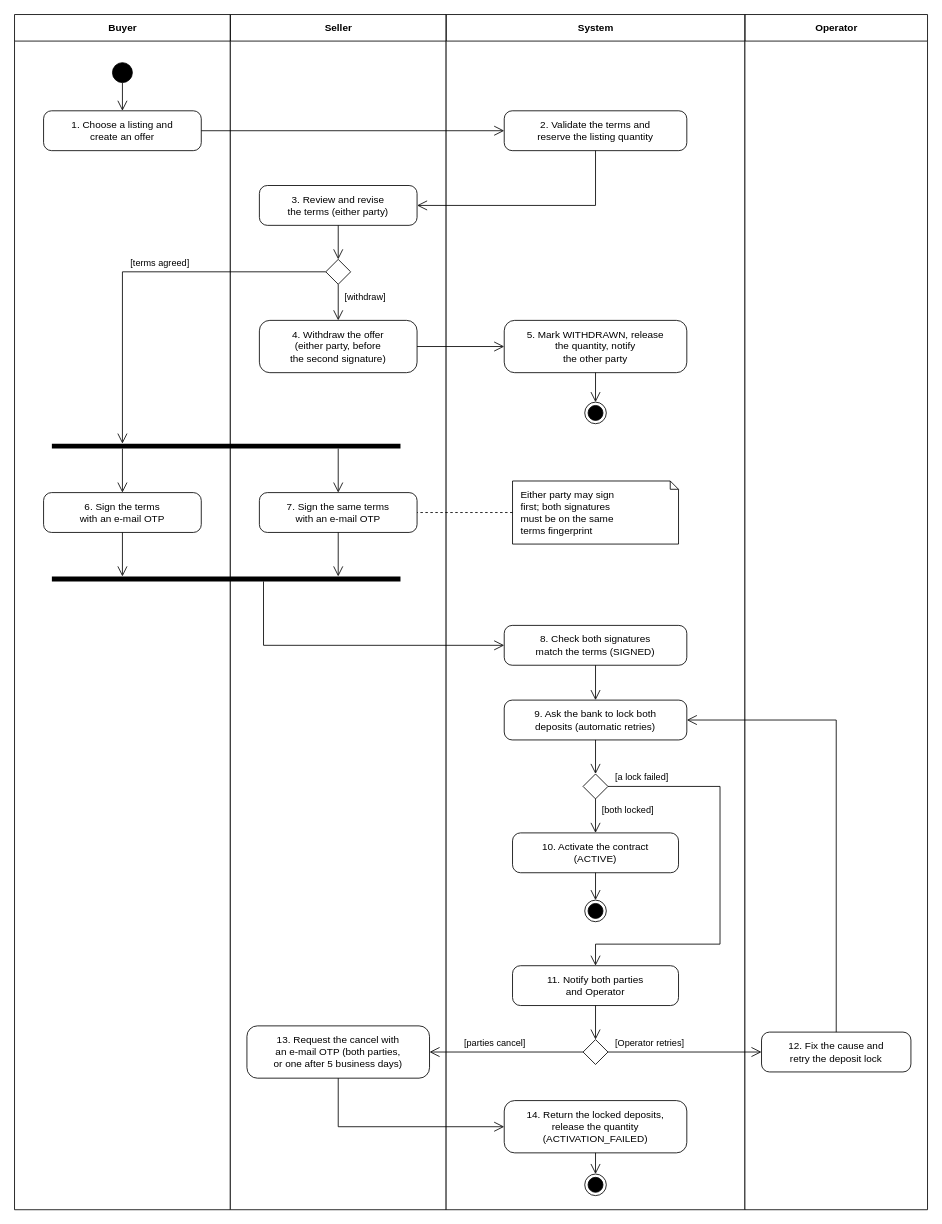
RedAvocado22/AgriContract keeps this draw.io diagram as docs/reports/figures/srs/bf03.drawio. Above is the earlier version. Source tidied: cells renumbered, new cells numbered last; positions are measured from the earlier drawing's top-left corner, leaving out a move shared by most shapes. Both pictures are drawn from the tidied source at 83%, with x=0, y=0 at pixel (14, 14).
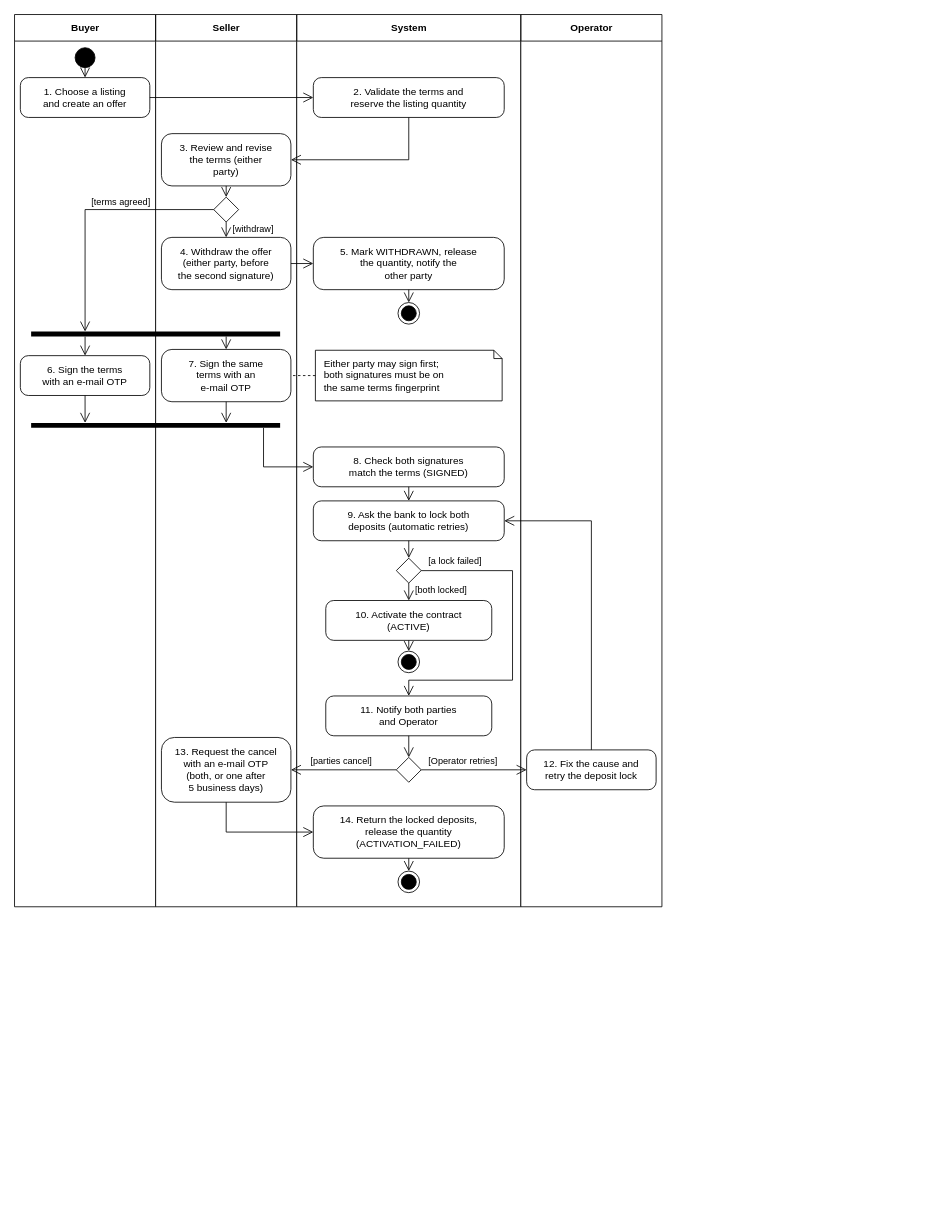
Above is the later version.

What changed in the source:
```diff
@@
     <mxCell id="2" value="Buyer" style="swimlane;horizontal=1;startSize=32;fontStyle=1;fontFamily=Arial;fontSize=12;fillColor=none;strokeColor=#000000;swimlaneFillColor=#FFFFFF;html=1;" parent="1" vertex="1">
-      <mxGeometry width="260" height="1440" as="geometry" />
+      <mxGeometry width="170" height="1075" as="geometry" />
     </mxCell>
     <mxCell id="3" value="Seller" style="swimlane;horizontal=1;startSize=32;fontStyle=1;fontFamily=Arial;fontSize=12;fillColor=none;strokeColor=#000000;swimlaneFillColor=#FFFFFF;html=1;" parent="1" vertex="1">
-      <mxGeometry x="260" width="260" height="1440" as="geometry" />
+      <mxGeometry x="170" width="170" height="1075" as="geometry" />
     </mxCell>
     <mxCell id="4" value="System" style="swimlane;horizontal=1;startSize=32;fontStyle=1;fontFamily=Arial;fontSize=12;fillColor=none;strokeColor=#000000;swimlaneFillColor=#FFFFFF;html=1;" parent="1" vertex="1">
-      <mxGeometry x="520" width="360" height="1440" as="geometry" />
+      <mxGeometry x="340" width="270" height="1075" as="geometry" />
     </mxCell>
     <mxCell id="5" value="Operator" style="swimlane;horizontal=1;startSize=32;fontStyle=1;fontFamily=Arial;fontSize=12;fillColor=none;strokeColor=#000000;swimlaneFillColor=#FFFFFF;html=1;" parent="1" vertex="1">
-      <mxGeometry x="880" width="220" height="1440" as="geometry" />
+      <mxGeometry x="610" width="170" height="1075" as="geometry" />
     </mxCell>
     <mxCell id="6" style="ellipse;fillColor=#000000;strokeColor=#000000;html=1;" parent="1" vertex="1">
-      <mxGeometry x="118" y="58" width="24" height="24" as="geometry" />
+      <mxGeometry x="73" y="40" width="24" height="24" as="geometry" />
     </mxCell>
-    <mxCell id="7" value="1. Choose a listing and&lt;br&gt;create an offer" style="rounded=1;arcSize=20;fontFamily=Arial;fontSize=12;strokeColor=#000000;fillColor=#FFFFFF;html=1;whiteSpace=wrap;" parent="1" vertex="1">
-      <mxGeometry x="35" y="116" width="190" height="48" as="geometry" />
+    <mxCell id="7" value="1. Choose a listing&lt;br&gt;and create an offer" style="rounded=1;arcSize=20;fontFamily=Arial;fontSize=12;strokeColor=#000000;fillColor=#FFFFFF;html=1;whiteSpace=wrap;" parent="1" vertex="1">
+      <mxGeometry x="7" y="76" width="156" height="48" as="geometry" />
     </mxCell>
     <mxCell id="8" value="2. Validate the terms and&lt;br&gt;reserve the listing quantity" style="rounded=1;arcSize=20;fontFamily=Arial;fontSize=12;strokeColor=#000000;fillColor=#FFFFFF;html=1;whiteSpace=wrap;" parent="1" vertex="1">
-      <mxGeometry x="590" y="116" width="220" height="48" as="geometry" />
+      <mxGeometry x="360" y="76" width="230" height="48" as="geometry" />
     </mxCell>
-    <mxCell id="9" value="3. Review and revise&lt;br&gt;the terms (either party)" style="rounded=1;arcSize=20;fontFamily=Arial;fontSize=12;strokeColor=#000000;fillColor=#FFFFFF;html=1;whiteSpace=wrap;" parent="1" vertex="1">
-      <mxGeometry x="295" y="206" width="190" height="48" as="geometry" />
+    <mxCell id="9" value="3. Review and revise&lt;br&gt;the terms (either&lt;br&gt;party)" style="rounded=1;arcSize=20;fontFamily=Arial;fontSize=12;strokeColor=#000000;fillColor=#FFFFFF;html=1;whiteSpace=wrap;" parent="1" vertex="1">
+      <mxGeometry x="177" y="143.5" width="156" height="63" as="geometry" />
     </mxCell>
     <mxCell id="10" style="rhombus;fontFamily=Arial;fontSize=12;strokeColor=#000000;fillColor=#FFFFFF;html=1;whiteSpace=wrap;" parent="1" vertex="1">
-      <mxGeometry x="375" y="295" width="30" height="30" as="geometry" />
+      <mxGeometry x="240" y="220" width="30" height="30" as="geometry" />
     </mxCell>
     <mxCell id="11" value="4. Withdraw the offer&lt;br&gt;(either party, before&lt;br&gt;the second signature)" style="rounded=1;arcSize=20;fontFamily=Arial;fontSize=12;strokeColor=#000000;fillColor=#FFFFFF;html=1;whiteSpace=wrap;" parent="1" vertex="1">
-      <mxGeometry x="295" y="368.5" width="190" height="63" as="geometry" />
+      <mxGeometry x="177" y="268.5" width="156" height="63" as="geometry" />
     </mxCell>
-    <mxCell id="12" value="5. Mark WITHDRAWN, release&lt;br&gt;the quantity, notify&lt;br&gt;the other party" style="rounded=1;arcSize=20;fontFamily=Arial;fontSize=12;strokeColor=#000000;fillColor=#FFFFFF;html=1;whiteSpace=wrap;" parent="1" vertex="1">
-      <mxGeometry x="590" y="368.5" width="220" height="63" as="geometry" />
+    <mxCell id="12" value="5. Mark WITHDRAWN, release&lt;br&gt;the quantity, notify the&lt;br&gt;other party" style="rounded=1;arcSize=20;fontFamily=Arial;fontSize=12;strokeColor=#000000;fillColor=#FFFFFF;html=1;whiteSpace=wrap;" parent="1" vertex="1">
+      <mxGeometry x="360" y="268.5" width="230" height="63" as="geometry" />
     </mxCell>
     <mxCell id="13" style="ellipse;shape=endState;fillColor=#000000;strokeColor=#000000;html=1;" parent="1" vertex="1">
-      <mxGeometry x="687" y="467" width="26" height="26" as="geometry" />
+      <mxGeometry x="462" y="347" width="26" height="26" as="geometry" />
     </mxCell>
     <mxCell id="14" style="shape=line;strokeWidth=6;strokeColor=#000000;html=1;" parent="1" vertex="1">
-      <mxGeometry x="45" y="517" width="420" height="6" as="geometry" />
+      <mxGeometry x="20" y="382" width="300" height="6" as="geometry" />
     </mxCell>
     <mxCell id="15" value="6. Sign the terms&lt;br&gt;with an e-mail OTP" style="rounded=1;arcSize=20;fontFamily=Arial;fontSize=12;strokeColor=#000000;fillColor=#FFFFFF;html=1;whiteSpace=wrap;" parent="1" vertex="1">
-      <mxGeometry x="35" y="576" width="190" height="48" as="geometry" />
+      <mxGeometry x="7" y="411" width="156" height="48" as="geometry" />
     </mxCell>
-    <mxCell id="16" value="7. Sign the same terms&lt;br&gt;with an e-mail OTP" style="rounded=1;arcSize=20;fontFamily=Arial;fontSize=12;strokeColor=#000000;fillColor=#FFFFFF;html=1;whiteSpace=wrap;" parent="1" vertex="1">
-      <mxGeometry x="295" y="576" width="190" height="48" as="geometry" />
+    <mxCell id="16" value="7. Sign the same&lt;br&gt;terms with an&lt;br&gt;e-mail OTP" style="rounded=1;arcSize=20;fontFamily=Arial;fontSize=12;strokeColor=#000000;fillColor=#FFFFFF;html=1;whiteSpace=wrap;" parent="1" vertex="1">
+      <mxGeometry x="177" y="403.5" width="156" height="63" as="geometry" />
     </mxCell>
-    <mxCell id="17" value="Either party may sign&lt;br&gt;first; both signatures&lt;br&gt;must be on the same&lt;br&gt;terms fingerprint" style="shape=note;size=10;align=left;spacingLeft=8;fontFamily=Arial;fontSize=12;strokeColor=#000000;fillColor=#FFFFFF;html=1;whiteSpace=wrap;" parent="1" vertex="1">
-      <mxGeometry x="600" y="562" width="200" height="76" as="geometry" />
+    <mxCell id="17" value="Either party may sign first;&lt;br&gt;both signatures must be on&lt;br&gt;the same terms fingerprint" style="shape=note;size=10;align=left;spacingLeft=8;fontFamily=Arial;fontSize=12;strokeColor=#000000;fillColor=#FFFFFF;html=1;whiteSpace=wrap;" parent="1" vertex="1">
+      <mxGeometry x="362.5" y="404.5" width="225" height="61" as="geometry" />
     </mxCell>
     <mxCell id="18" style="shape=line;strokeWidth=6;strokeColor=#000000;html=1;" parent="1" vertex="1">
-      <mxGeometry x="45" y="677" width="420" height="6" as="geometry" />
+      <mxGeometry x="20" y="492" width="300" height="6" as="geometry" />
     </mxCell>
     <mxCell id="19" value="8. Check both signatures&lt;br&gt;match the terms (SIGNED)" style="rounded=1;arcSize=20;fontFamily=Arial;fontSize=12;strokeColor=#000000;fillColor=#FFFFFF;html=1;whiteSpace=wrap;" parent="1" vertex="1">
-      <mxGeometry x="590" y="736" width="220" height="48" as="geometry" />
+      <mxGeometry x="360" y="521" width="230" height="48" as="geometry" />
     </mxCell>
     <mxCell id="20" value="9. Ask the bank to lock both&lt;br&gt;deposits (automatic retries)" style="rounded=1;arcSize=20;fontFamily=Arial;fontSize=12;strokeColor=#000000;fillColor=#FFFFFF;html=1;whiteSpace=wrap;" parent="1" vertex="1">
-      <mxGeometry x="590" y="826" width="220" height="48" as="geometry" />
+      <mxGeometry x="360" y="586" width="230" height="48" as="geometry" />
     </mxCell>
     <mxCell id="21" style="rhombus;fontFamily=Arial;fontSize=12;strokeColor=#000000;fillColor=#FFFFFF;html=1;whiteSpace=wrap;" parent="1" vertex="1">
-      <mxGeometry x="685" y="915" width="30" height="30" as="geometry" />
+      <mxGeometry x="460" y="655" width="30" height="30" as="geometry" />
     </mxCell>
     <mxCell id="22" value="10. Activate the contract&lt;br&gt;(ACTIVE)" style="rounded=1;arcSize=20;fontFamily=Arial;fontSize=12;strokeColor=#000000;fillColor=#FFFFFF;html=1;whiteSpace=wrap;" parent="1" vertex="1">
-      <mxGeometry x="600" y="986" width="200" height="48" as="geometry" />
+      <mxGeometry x="375" y="706" width="200" height="48" as="geometry" />
     </mxCell>
     <mxCell id="23" style="ellipse;shape=endState;fillColor=#000000;strokeColor=#000000;html=1;" parent="1" vertex="1">
-      <mxGeometry x="687" y="1067" width="26" height="26" as="geometry" />
+      <mxGeometry x="462" y="767" width="26" height="26" as="geometry" />
     </mxCell>
     <mxCell id="24" value="11. Notify both parties&lt;br&gt;and Operator" style="rounded=1;arcSize=20;fontFamily=Arial;fontSize=12;strokeColor=#000000;fillColor=#FFFFFF;html=1;whiteSpace=wrap;" parent="1" vertex="1">
-      <mxGeometry x="600" y="1146" width="200" height="48" as="geometry" />
+      <mxGeometry x="375" y="821" width="200" height="48" as="geometry" />
     </mxCell>
     <mxCell id="25" style="rhombus;fontFamily=Arial;fontSize=12;strokeColor=#000000;fillColor=#FFFFFF;html=1;whiteSpace=wrap;" parent="1" vertex="1">
-      <mxGeometry x="685" y="1235" width="30" height="30" as="geometry" />
+      <mxGeometry x="460" y="895" width="30" height="30" as="geometry" />
     </mxCell>
     <mxCell id="26" value="12. Fix the cause and&lt;br&gt;retry the deposit lock" style="rounded=1;arcSize=20;fontFamily=Arial;fontSize=12;strokeColor=#000000;fillColor=#FFFFFF;html=1;whiteSpace=wrap;" parent="1" vertex="1">
-      <mxGeometry x="900" y="1226" width="180" height="48" as="geometry" />
+      <mxGeometry x="617" y="886" width="156" height="48" as="geometry" />
     </mxCell>
-    <mxCell id="27" value="13. Request the cancel with&lt;br&gt;an e-mail OTP (both parties,&lt;br&gt;or one after 5 business days)" style="rounded=1;arcSize=20;fontFamily=Arial;fontSize=12;strokeColor=#000000;fillColor=#FFFFFF;html=1;whiteSpace=wrap;" parent="1" vertex="1">
-      <mxGeometry x="280" y="1218.5" width="220" height="63" as="geometry" />
+    <mxCell id="27" value="13. Request the cancel&lt;br&gt;with an e-mail OTP&lt;br&gt;(both, or one after&lt;br&gt;5 business days)" style="rounded=1;arcSize=20;fontFamily=Arial;fontSize=12;strokeColor=#000000;fillColor=#FFFFFF;html=1;whiteSpace=wrap;" parent="1" vertex="1">
+      <mxGeometry x="177" y="871" width="156" height="78" as="geometry" />
     </mxCell>
     <mxCell id="28" value="14. Return the locked deposits,&lt;br&gt;release the quantity&lt;br&gt;(ACTIVATION_FAILED)" style="rounded=1;arcSize=20;fontFamily=Arial;fontSize=12;strokeColor=#000000;fillColor=#FFFFFF;html=1;whiteSpace=wrap;" parent="1" vertex="1">
-      <mxGeometry x="590" y="1308.5" width="220" height="63" as="geometry" />
+      <mxGeometry x="360" y="953.5" width="230" height="63" as="geometry" />
     </mxCell>
     <mxCell id="29" style="ellipse;shape=endState;fillColor=#000000;strokeColor=#000000;html=1;" parent="1" vertex="1">
-      <mxGeometry x="687" y="1397" width="26" height="26" as="geometry" />
+      <mxGeometry x="462" y="1032" width="26" height="26" as="geometry" />
     </mxCell>
@@
     <mxCell id="32" style="edgeStyle=none;rounded=0;html=1;endArrow=open;endSize=10;strokeColor=#000000;fontFamily=Arial;fontSize=11;exitX=0.5;exitY=1.0;exitDx=0;exitDy=0;entryX=1.0;entryY=0.5;entryDx=0;entryDy=0;" parent="1" edge="1" source="8" target="9">
       <mxGeometry relative="1" as="geometry">
         <Array as="points">
-          <mxPoint x="700" y="230" />
+          <mxPoint x="475" y="175" />
         </Array>
       </mxGeometry>
     </mxCell>
@@
     <mxCell id="35" value="[withdraw]" style="text;html=1;fontFamily=Arial;fontSize=11;align=left;verticalAlign=middle;labelBackgroundColor=#FFFFFF;" parent="1" vertex="1">
-      <mxGeometry x="396" y="333" width="53.5" height="13.8" as="geometry" />
+      <mxGeometry x="261" y="252" width="53.5" height="13.8" as="geometry" />
     </mxCell>
@@
-    <mxCell id="38" style="edgeStyle=none;rounded=0;html=1;endArrow=open;endSize=10;strokeColor=#000000;fontFamily=Arial;fontSize=11;exitX=0.0;exitY=0.5;exitDx=0;exitDy=0;entryX=0.2024;entryY=0.0;entryDx=0;entryDy=0;" parent="1" edge="1" source="10" target="14">
+    <mxCell id="38" style="edgeStyle=none;rounded=0;html=1;endArrow=open;endSize=10;strokeColor=#000000;fontFamily=Arial;fontSize=11;exitX=0.0;exitY=0.5;exitDx=0;exitDy=0;entryX=0.2167;entryY=0.0;entryDx=0;entryDy=0;" parent="1" edge="1" source="10" target="14">
       <mxGeometry relative="1" as="geometry">
         <Array as="points">
-          <mxPoint x="130" y="310" />
+          <mxPoint x="85" y="235" />
         </Array>
       </mxGeometry>
     </mxCell>
     <mxCell id="39" value="[terms agreed]" style="text;html=1;fontFamily=Arial;fontSize=11;align=left;verticalAlign=middle;labelBackgroundColor=#FFFFFF;" parent="1" vertex="1">
-      <mxGeometry x="138" y="292" width="74.9" height="13.8" as="geometry" />
+      <mxGeometry x="91" y="219" width="74.9" height="13.8" as="geometry" />
     </mxCell>
-    <mxCell id="40" style="edgeStyle=none;rounded=0;html=1;endArrow=open;endSize=10;strokeColor=#000000;fontFamily=Arial;fontSize=11;exitX=0.2024;exitY=1.0;exitDx=0;exitDy=0;entryX=0.5;entryY=0.0;entryDx=0;entryDy=0;" parent="1" edge="1" source="14" target="15">
+    <mxCell id="40" style="edgeStyle=none;rounded=0;html=1;endArrow=open;endSize=10;strokeColor=#000000;fontFamily=Arial;fontSize=11;exitX=0.2167;exitY=1.0;exitDx=0;exitDy=0;entryX=0.5;entryY=0.0;entryDx=0;entryDy=0;" parent="1" edge="1" source="14" target="15">
       <mxGeometry relative="1" as="geometry" />
     </mxCell>
-    <mxCell id="41" style="edgeStyle=none;rounded=0;html=1;endArrow=open;endSize=10;strokeColor=#000000;fontFamily=Arial;fontSize=11;exitX=0.8214;exitY=1.0;exitDx=0;exitDy=0;entryX=0.5;entryY=0.0;entryDx=0;entryDy=0;" parent="1" edge="1" source="14" target="16">
+    <mxCell id="41" style="edgeStyle=none;rounded=0;html=1;endArrow=open;endSize=10;strokeColor=#000000;fontFamily=Arial;fontSize=11;exitX=0.7833;exitY=1.0;exitDx=0;exitDy=0;entryX=0.5;entryY=0.0;entryDx=0;entryDy=0;" parent="1" edge="1" source="14" target="16">
       <mxGeometry relative="1" as="geometry" />
     </mxCell>
@@
-    <mxCell id="43" style="edgeStyle=none;rounded=0;html=1;endArrow=open;endSize=10;strokeColor=#000000;fontFamily=Arial;fontSize=11;exitX=0.5;exitY=1.0;exitDx=0;exitDy=0;entryX=0.2024;entryY=0.0;entryDx=0;entryDy=0;" parent="1" edge="1" source="15" target="18">
+    <mxCell id="43" style="edgeStyle=none;rounded=0;html=1;endArrow=open;endSize=10;strokeColor=#000000;fontFamily=Arial;fontSize=11;exitX=0.5;exitY=1.0;exitDx=0;exitDy=0;entryX=0.2167;entryY=0.0;entryDx=0;entryDy=0;" parent="1" edge="1" source="15" target="18">
       <mxGeometry relative="1" as="geometry" />
     </mxCell>
-    <mxCell id="44" style="edgeStyle=none;rounded=0;html=1;endArrow=open;endSize=10;strokeColor=#000000;fontFamily=Arial;fontSize=11;exitX=0.5;exitY=1.0;exitDx=0;exitDy=0;entryX=0.8214;entryY=0.0;entryDx=0;entryDy=0;" parent="1" edge="1" source="16" target="18">
+    <mxCell id="44" style="edgeStyle=none;rounded=0;html=1;endArrow=open;endSize=10;strokeColor=#000000;fontFamily=Arial;fontSize=11;exitX=0.5;exitY=1.0;exitDx=0;exitDy=0;entryX=0.7833;entryY=0.0;entryDx=0;entryDy=0;" parent="1" edge="1" source="16" target="18">
       <mxGeometry relative="1" as="geometry" />
     </mxCell>
-    <mxCell id="45" style="edgeStyle=none;rounded=0;html=1;endArrow=open;endSize=10;strokeColor=#000000;fontFamily=Arial;fontSize=11;exitX=0.6071;exitY=1.0;exitDx=0;exitDy=0;entryX=0.0;entryY=0.5;entryDx=0;entryDy=0;" parent="1" edge="1" source="18" target="19">
+    <mxCell id="45" style="edgeStyle=none;rounded=0;html=1;endArrow=open;endSize=10;strokeColor=#000000;fontFamily=Arial;fontSize=11;exitX=0.9333;exitY=1.0;exitDx=0;exitDy=0;entryX=0.0;entryY=0.5;entryDx=0;entryDy=0;" parent="1" edge="1" source="18" target="19">
       <mxGeometry relative="1" as="geometry">
         <Array as="points">
-          <mxPoint x="300" y="760" />
+          <mxPoint x="300" y="545" />
         </Array>
       </mxGeometry>
     </mxCell>
@@
     <mxCell id="49" value="[both locked]" style="text;html=1;fontFamily=Arial;fontSize=11;align=left;verticalAlign=middle;labelBackgroundColor=#FFFFFF;" parent="1" vertex="1">
-      <mxGeometry x="706" y="952" width="66.4" height="13.8" as="geometry" />
+      <mxGeometry x="481" y="686" width="66.4" height="13.8" as="geometry" />
     </mxCell>
@@
     <mxCell id="51" style="edgeStyle=none;rounded=0;html=1;endArrow=open;endSize=10;strokeColor=#000000;fontFamily=Arial;fontSize=11;exitX=1.0;exitY=0.5;exitDx=0;exitDy=0;entryX=0.5;entryY=0.0;entryDx=0;entryDy=0;" parent="1" edge="1" source="21" target="24">
       <mxGeometry relative="1" as="geometry">
         <Array as="points">
-          <mxPoint x="850" y="930" />
-          <mxPoint x="850" y="1120" />
-          <mxPoint x="700" y="1120" />
+          <mxPoint x="600" y="670" />
+          <mxPoint x="600" y="802" />
+          <mxPoint x="475" y="802" />
         </Array>
       </mxGeometry>
     </mxCell>
     <mxCell id="52" value="[a lock failed]" style="text;html=1;fontFamily=Arial;fontSize=11;align=left;verticalAlign=middle;labelBackgroundColor=#FFFFFF;" parent="1" vertex="1">
-      <mxGeometry x="722" y="912" width="68.2" height="13.8" as="geometry" />
+      <mxGeometry x="497" y="652" width="68.2" height="13.8" as="geometry" />
     </mxCell>
@@
     <mxCell id="55" value="[Operator retries]" style="text;html=1;fontFamily=Arial;fontSize=11;align=left;verticalAlign=middle;labelBackgroundColor=#FFFFFF;" parent="1" vertex="1">
-      <mxGeometry x="722" y="1232" width="87.1" height="13.8" as="geometry" />
+      <mxGeometry x="497" y="892" width="87.1" height="13.8" as="geometry" />
     </mxCell>
     <mxCell id="56" style="edgeStyle=none;rounded=0;html=1;endArrow=open;endSize=10;strokeColor=#000000;fontFamily=Arial;fontSize=11;exitX=0.5;exitY=0.0;exitDx=0;exitDy=0;entryX=1.0;entryY=0.5;entryDx=0;entryDy=0;" parent="1" edge="1" source="26" target="20">
       <mxGeometry relative="1" as="geometry">
         <Array as="points">
-          <mxPoint x="990" y="850" />
+          <mxPoint x="695" y="610" />
         </Array>
       </mxGeometry>
     </mxCell>
@@
     <mxCell id="58" value="[parties cancel]" style="text;html=1;fontFamily=Arial;fontSize=11;align=left;verticalAlign=middle;labelBackgroundColor=#FFFFFF;" parent="1" vertex="1">
-      <mxGeometry x="540" y="1232" width="78" height="13.8" as="geometry" />
+      <mxGeometry x="355" y="892" width="78" height="13.8" as="geometry" />
     </mxCell>
     <mxCell id="59" style="edgeStyle=none;rounded=0;html=1;endArrow=open;endSize=10;strokeColor=#000000;fontFamily=Arial;fontSize=11;exitX=0.5;exitY=1.0;exitDx=0;exitDy=0;entryX=0.0;entryY=0.5;entryDx=0;entryDy=0;" parent="1" edge="1" source="27" target="28">
       <mxGeometry relative="1" as="geometry">
         <Array as="points">
-          <mxPoint x="390" y="1340" />
+          <mxPoint x="255" y="985" />
         </Array>
       </mxGeometry>
     </mxCell>
```
